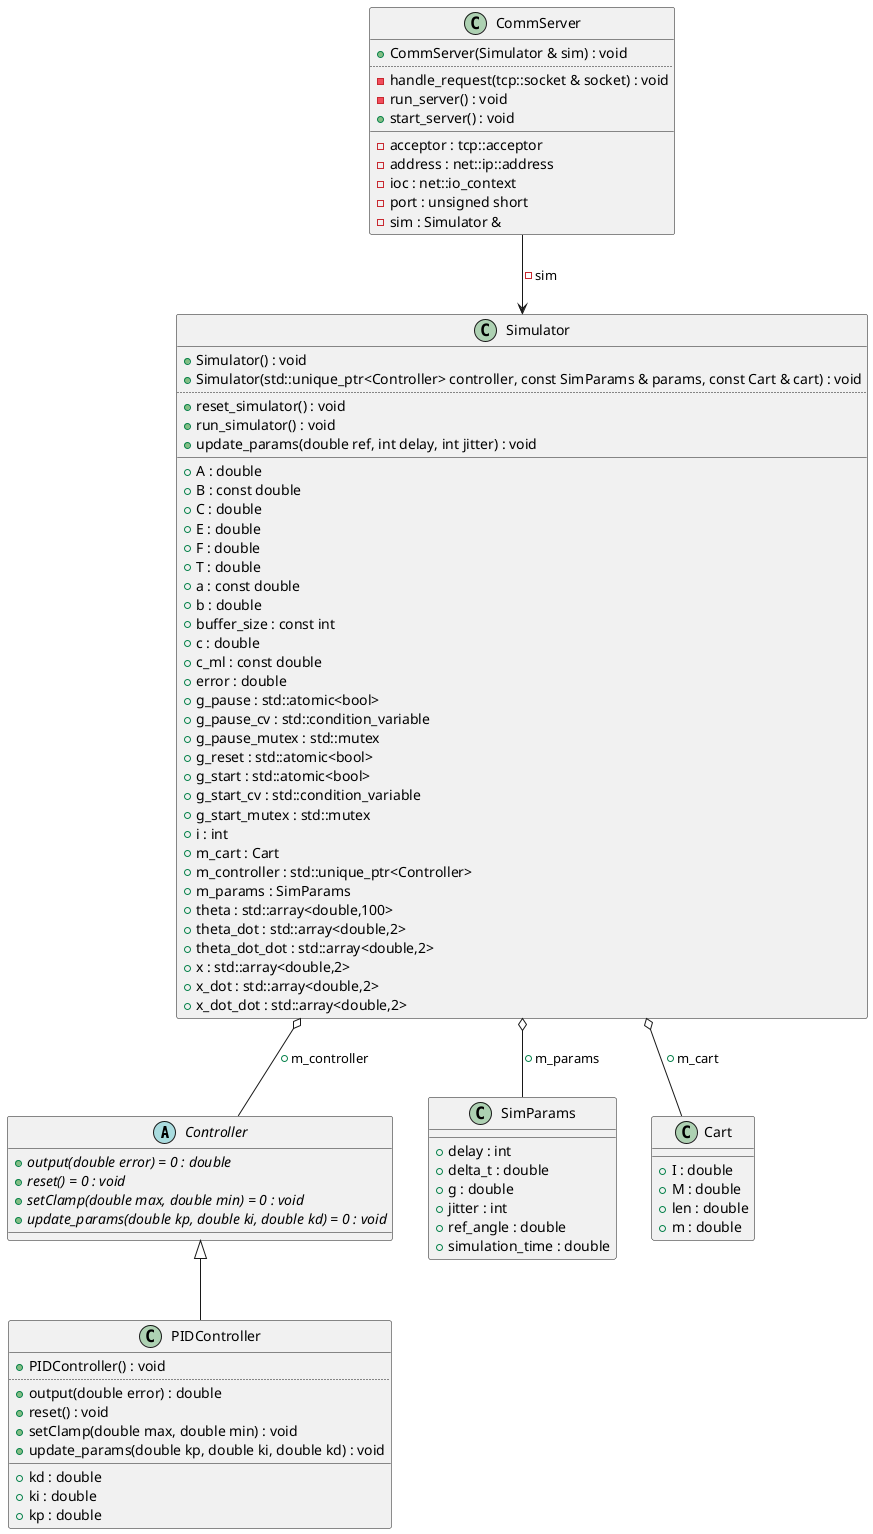
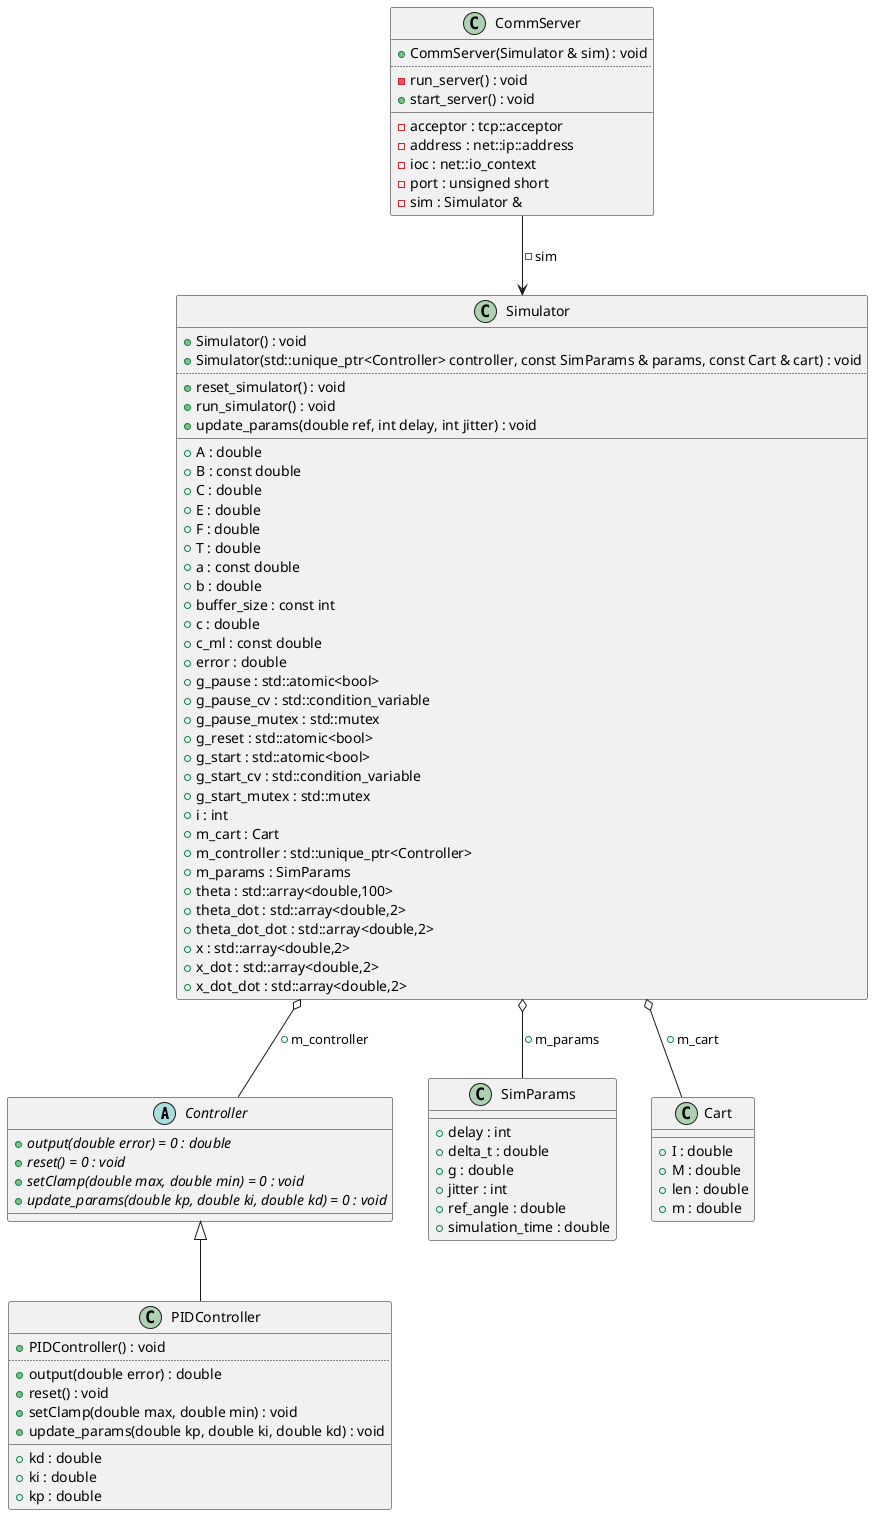
@startuml
abstract "Controller" as C_0015707221190624193204
abstract C_0015707221190624193204 {
{abstract} +output(double error) = 0 : double
{abstract} +reset() = 0 : void
{abstract} +setClamp(double max, double min) = 0 : void
{abstract} +update_params(double kp, double ki, double kd) = 0 : void
__
}
class "PIDController" as C_0006173588471794238490
class C_0006173588471794238490 {
+PIDController() : void
..
+output(double error) : double
+reset() : void
+setClamp(double max, double min) : void
+update_params(double kp, double ki, double kd) : void
__
+kd : double
+ki : double
+kp : double
}
class "SimParams" as C_0009962022010138106661
class C_0009962022010138106661 {
__
+delay : int
+delta_t : double
+g : double
+jitter : int
+ref_angle : double
+simulation_time : double
}
class "Cart" as C_0003600186653709220194
class C_0003600186653709220194 {
__
+I : double
+M : double
+len : double
+m : double
}
class "Simulator" as C_0005739425762276452218
class C_0005739425762276452218 {
+Simulator() : void
+Simulator(std::unique_ptr<Controller> controller, const SimParams & params, const Cart & cart) : void
..
+reset_simulator() : void
+run_simulator() : void
+update_params(double ref, int delay, int jitter) : void
__
+A : double
+B : const double
+C : double
+E : double
+F : double
+T : double
+a : const double
+b : double
+buffer_size : const int
+c : double
+c_ml : const double
+error : double
+g_pause : std::atomic<bool>
+g_pause_cv : std::condition_variable
+g_pause_mutex : std::mutex
+g_reset : std::atomic<bool>
+g_start : std::atomic<bool>
+g_start_cv : std::condition_variable
+g_start_mutex : std::mutex
+i : int
+m_cart : Cart
+m_controller : std::unique_ptr<Controller>
+m_params : SimParams
+theta : std::array<double,100>
+theta_dot : std::array<double,2>
+theta_dot_dot : std::array<double,2>
+x : std::array<double,2>
+x_dot : std::array<double,2>
+x_dot_dot : std::array<double,2>
}
class "CommServer" as C_0011200438516648707549
class C_0011200438516648707549 {
+CommServer(Simulator & sim) : void
..
- -handle_request(tcp::socket & socket) : void
-run_server() : void
+start_server() : void
__
-acceptor : tcp::acceptor
-address : net::ip::address
-ioc : net::io_context
-port : unsigned short
-sim : Simulator &
}
C_0015707221190624193204 <|-- C_0006173588471794238490
C_0005739425762276452218 o-- C_0015707221190624193204 : +m_controller
C_0005739425762276452218 o-- C_0009962022010138106661 : +m_params
C_0005739425762276452218 o-- C_0003600186653709220194 : +m_cart
C_0011200438516648707549 --> C_0005739425762276452218 : -sim

'Generated with clang-uml, version 0.6.2
'LLVM version Ubuntu clang version 18.1.3 (1ubuntu1)
@enduml
